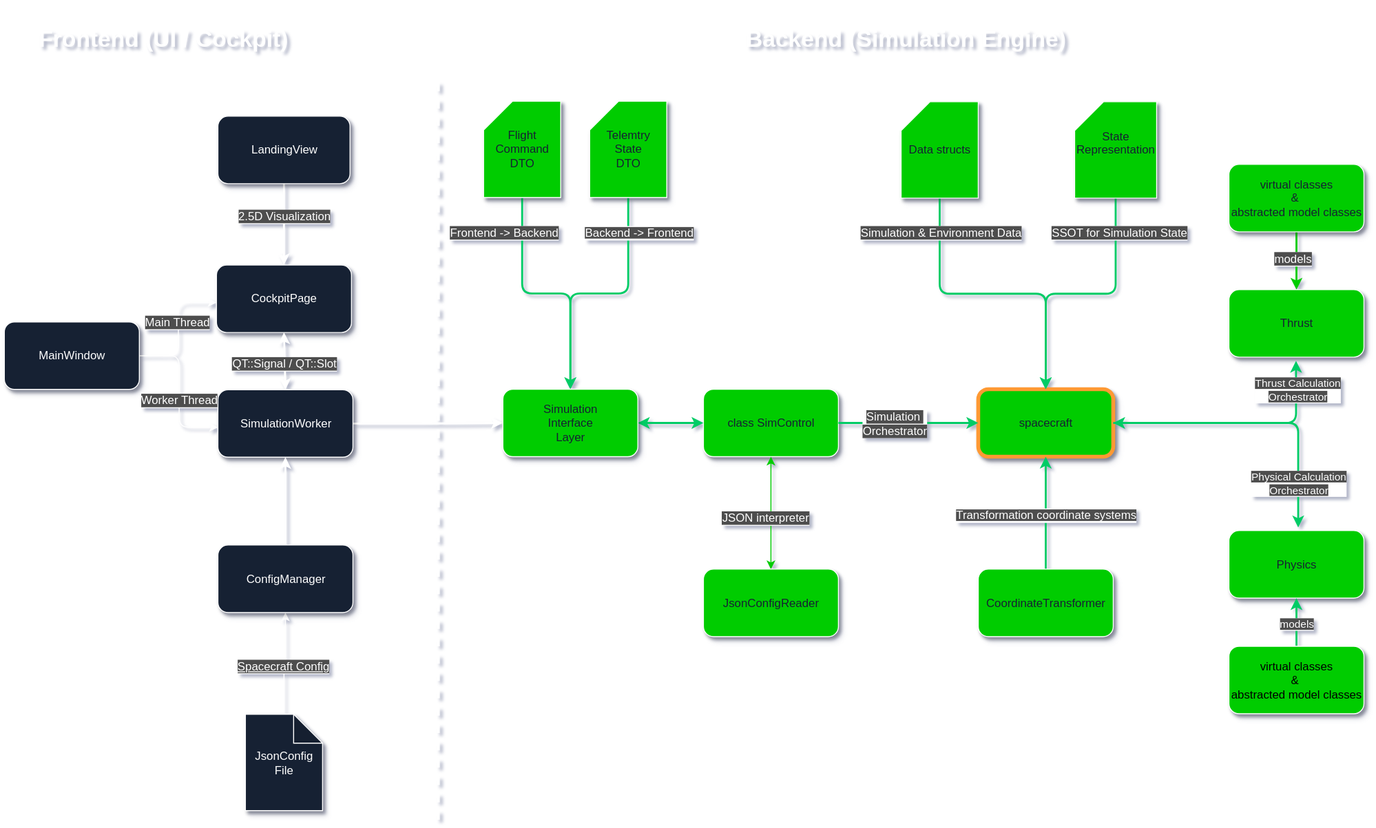
This is static/img/architecture/OverviewStructureNEW.drawio.svg from gerd-lrt-dev/aerospace-simulation, a draw.io export, as it was before one commit. Source tidied: cells renumbered, new cells last; positions are measured from the earlier drawing's top-left corner, leaving out a move shared by most shapes.
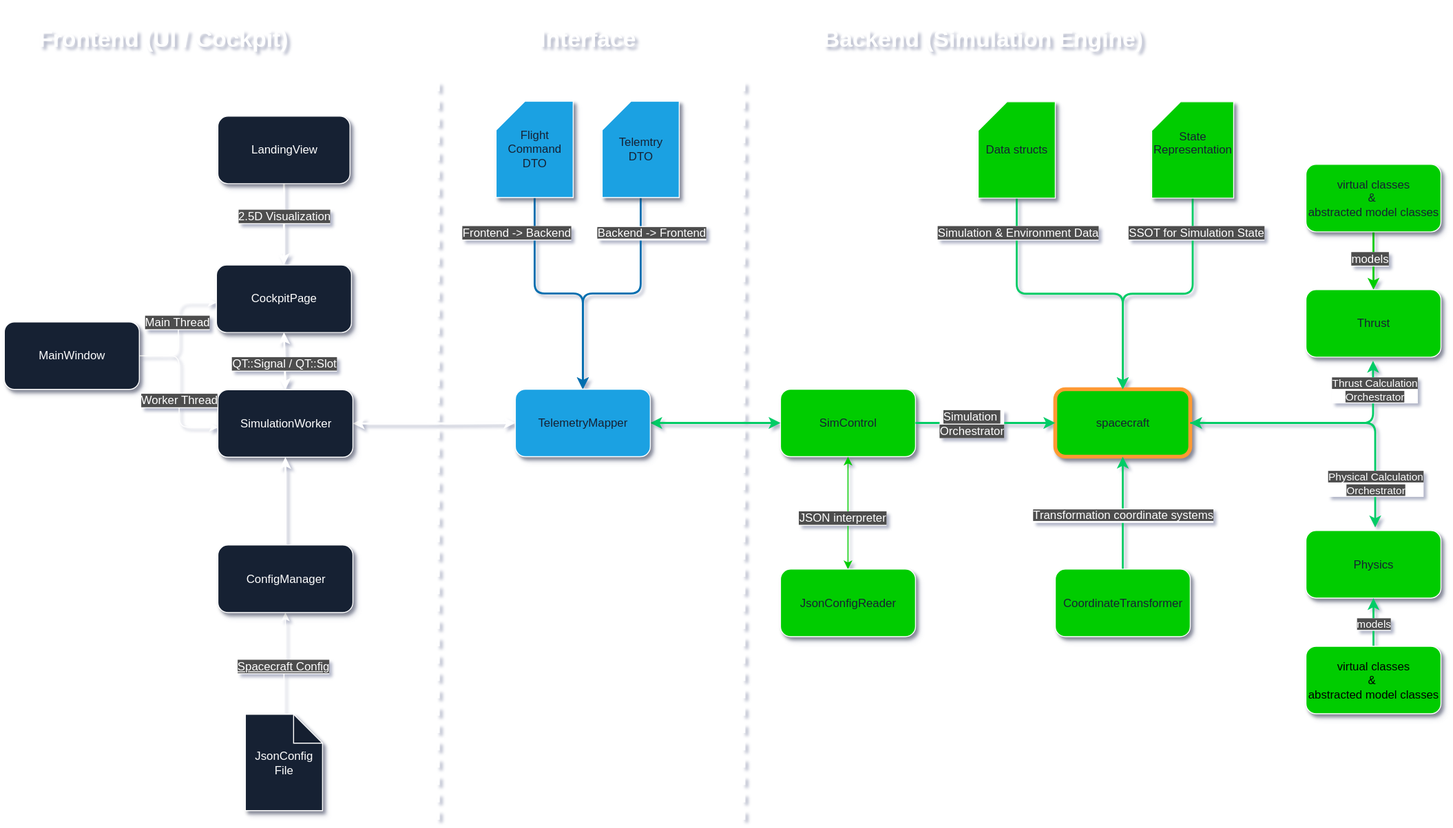
After the commit.

Change to the diagram source:
```diff
@@ -2,18 +2,18 @@
   <root>
     <mxCell id="0" />
     <mxCell id="1" parent="0" />
-    <mxCell id="2" style="edgeStyle=orthogonalEdgeStyle;rounded=1;jettySize=auto;html=1;exitX=1;exitY=0.5;exitDx=0;exitDy=0;entryX=0;entryY=0.5;entryDx=0;entryDy=0;strokeColor=#FFFFFF;strokeWidth=2;align=center;verticalAlign=middle;fontFamily=Helvetica;fontSize=11;fontColor=default;labelBackgroundColor=default;endArrow=classic;curved=0;" parent="1" edge="1" source="3" target="55">
+    <mxCell id="2" style="edgeStyle=orthogonalEdgeStyle;rounded=1;jettySize=auto;html=1;exitX=1;exitY=0.5;exitDx=0;exitDy=0;entryX=0;entryY=0.5;entryDx=0;entryDy=0;strokeColor=#FFFFFF;strokeWidth=2;align=center;verticalAlign=middle;fontFamily=Helvetica;fontSize=11;fontColor=default;labelBackgroundColor=default;endArrow=classic;curved=0;startArrow=classic;startFill=1;" parent="1" edge="1" source="3" target="55">
       <mxGeometry relative="1" as="geometry" />
     </mxCell>
     <mxCell id="3" value="&lt;font style=&quot;color: rgb(255, 255, 255);&quot;&gt;SimulationWorker&lt;/font&gt;" style="rounded=1;whiteSpace=wrap;html=1;strokeColor=#FFFFFF;fillColor=#162133;shadow=1;" parent="1" vertex="1">
-      <mxGeometry x="221.5" y="403.9" width="140" height="70" as="geometry" />
+      <mxGeometry x="141.5" y="403.9" width="140" height="70" as="geometry" />
     </mxCell>
     <mxCell id="4" value="&lt;font style=&quot;color: rgb(255, 255, 255);&quot;&gt;CockpitPage&lt;/font&gt;" style="rounded=1;whiteSpace=wrap;html=1;strokeColor=#FFFFFF;fillColor=#162133;shadow=1;" parent="1" vertex="1">
-      <mxGeometry x="220" y="274.4" width="140" height="70" as="geometry" />
+      <mxGeometry x="140" y="274.4" width="140" height="70" as="geometry" />
     </mxCell>
     <mxCell id="5" style="edgeStyle=orthogonalEdgeStyle;jettySize=auto;html=1;exitX=1;exitY=0.5;exitDx=0;exitDy=0;entryX=0;entryY=0.556;entryDx=0;entryDy=0;entryPerimeter=0;strokeColor=#FFFFFF;fillColor=#6a00ff;" parent="1" edge="1" target="4">
       <mxGeometry relative="1" as="geometry">
-        <mxPoint x="140" y="368.4" as="sourcePoint" />
+        <mxPoint x="60" y="368.4" as="sourcePoint" />
       </mxGeometry>
     </mxCell>
     <mxCell id="6" value="&lt;font style=&quot;color: rgb(255, 255, 255); background-color: rgb(77, 77, 77);&quot;&gt;Main Thread&lt;/font&gt;" style="edgeLabel;html=1;align=center;verticalAlign=middle;strokeColor=#FFFFFF;fontColor=#3333FF;fillColor=#182E3E;fontSize=12;" parent="5" vertex="1">
@@ -23,7 +23,7 @@
     </mxCell>
     <mxCell id="7" style="edgeStyle=orthogonalEdgeStyle;jettySize=auto;html=1;exitX=1;exitY=0.5;exitDx=0;exitDy=0;entryX=0;entryY=0.556;entryDx=0;entryDy=0;entryPerimeter=0;strokeColor=#FFFFFF;fillColor=#6a00ff;" parent="1" edge="1" target="3">
       <mxGeometry relative="1" as="geometry">
-        <mxPoint x="140" y="368.4" as="sourcePoint" />
+        <mxPoint x="60" y="368.4" as="sourcePoint" />
       </mxGeometry>
     </mxCell>
     <mxCell id="8" value="&lt;font style=&quot;color: rgb(255, 255, 255); background-color: rgb(77, 77, 77);&quot;&gt;Worker Thread&lt;/font&gt;" style="edgeLabel;html=1;align=center;verticalAlign=middle;strokeColor=#FFFFFF;fontColor=#0000FF;fillColor=#182E3E;fontSize=12;" parent="7" vertex="1">
@@ -41,7 +41,7 @@
     <mxCell id="12" style="edgeStyle=orthogonalEdgeStyle;orthogonalLoop=1;jettySize=auto;html=1;exitX=0.5;exitY=1;exitDx=0;exitDy=0;strokeColor=#23445D;" parent="1" edge="1" source="3" target="3">
       <mxGeometry relative="1" as="geometry" />
     </mxCell>
-    <mxCell id="13" value="&lt;font style=&quot;color: rgb(22, 33, 51);&quot;&gt;class SimControl&lt;/font&gt;" style="rounded=1;whiteSpace=wrap;html=1;strokeColor=#FFFFFF;fillColor=#00CC00;shadow=1;" parent="1" vertex="1">
+    <mxCell id="13" value="&lt;font style=&quot;color: rgb(22, 33, 51);&quot;&gt;SimControl&lt;/font&gt;" style="rounded=1;whiteSpace=wrap;html=1;strokeColor=#FFFFFF;fillColor=#00CC00;shadow=1;" parent="1" vertex="1">
       <mxGeometry x="725" y="403.3" width="140" height="70" as="geometry" />
     </mxCell>
     <mxCell id="14" style="edgeStyle=orthogonalEdgeStyle;rounded=1;jettySize=auto;html=1;exitX=0.5;exitY=0;exitDx=0;exitDy=0;entryX=0.5;entryY=1;entryDx=0;entryDy=0;curved=0;strokeColor=#00CC00;startArrow=classic;startFill=1;endArrow=none;endFill=0;strokeWidth=2;" parent="1" edge="1" source="15" target="44">
@@ -54,7 +54,7 @@
       <mxGeometry x="1010" y="403.3" width="140" height="70" as="geometry" />
     </mxCell>
     <mxCell id="17" value="&lt;font style=&quot;color: rgb(255, 255, 255);&quot;&gt;MainWindow&lt;/font&gt;" style="rounded=1;whiteSpace=wrap;html=1;strokeColor=#FFFFFF;fillColor=#162133;shadow=1;" parent="1" vertex="1">
-      <mxGeometry y="333.4" width="140" height="70" as="geometry" />
+      <mxGeometry x="-80" y="333.4" width="140" height="70" as="geometry" />
     </mxCell>
     <mxCell id="18" style="endArrow=classic;html=1;strokeColor=#00CC66;entryX=0;entryY=0.5;entryDx=0;entryDy=0;exitX=1;exitY=0.5;exitDx=0;exitDy=0;strokeWidth=2;" parent="1" edge="1" source="13" target="16">
       <mxGeometry relative="1" as="geometry" />
@@ -83,7 +83,7 @@
       </mxGeometry>
     </mxCell>
     <mxCell id="26" value="&lt;h1&gt;&lt;b&gt;&lt;font style=&quot;color: rgb(255, 255, 255);&quot;&gt;Frontend (UI / Cockpit)&lt;/font&gt;&lt;/b&gt;&lt;/h1&gt;" style="text;html=1;align=center;verticalAlign=middle;whiteSpace=wrap;rounded=0;fillColor=none;" parent="1" vertex="1">
-      <mxGeometry x="10" width="310" height="80" as="geometry" />
+      <mxGeometry x="-70" width="310" height="80" as="geometry" />
     </mxCell>
     <mxCell id="27" value="&lt;h1&gt;&lt;b&gt;&lt;font style=&quot;color: rgb(255, 255, 255);&quot;&gt;Backend (Simulation Engine)&lt;/font&gt;&lt;/b&gt;&lt;/h1&gt;" style="text;html=1;align=center;verticalAlign=middle;whiteSpace=wrap;rounded=0;fillColor=none;" parent="1" vertex="1">
       <mxGeometry x="755" width="360" height="80" as="geometry" />
@@ -95,13 +95,13 @@
       <mxGeometry x="-0.07" y="2" relative="1" as="geometry" />
     </mxCell>
     <mxCell id="30" value="&lt;font style=&quot;color: rgb(255, 255, 255);&quot;&gt;JsonConfig&lt;/font&gt;&lt;div&gt;&lt;font style=&quot;color: rgb(255, 255, 255);&quot;&gt;File&lt;/font&gt;&lt;/div&gt;" style="shape=note;whiteSpace=wrap;html=1;backgroundOutline=1;darkOpacity=0.05;strokeColor=#FFFFFF;fillColor=#162133;shadow=1;" parent="1" vertex="1">
-      <mxGeometry x="250" y="740.6" width="80" height="100" as="geometry" />
+      <mxGeometry x="170" y="740.6" width="80" height="100" as="geometry" />
     </mxCell>
     <mxCell id="31" style="edgeStyle=orthogonalEdgeStyle;rounded=0;jettySize=auto;html=1;exitX=0.5;exitY=1;exitDx=0;exitDy=0;entryX=0.5;entryY=0;entryDx=0;entryDy=0;strokeWidth=2;strokeColor=#FFFFFF;" parent="1" edge="1" source="32" target="4">
       <mxGeometry relative="1" as="geometry" />
     </mxCell>
     <mxCell id="32" value="&lt;font style=&quot;color: rgb(255, 255, 255);&quot;&gt;LandingView&lt;/font&gt;" style="rounded=1;whiteSpace=wrap;html=1;strokeColor=#FFFFFF;fillColor=#162133;shadow=1;" parent="1" vertex="1">
-      <mxGeometry x="221.5" y="120" width="137" height="70" as="geometry" />
+      <mxGeometry x="141.5" y="120" width="137" height="70" as="geometry" />
     </mxCell>
     <mxCell id="33" style="edgeStyle=orthogonalEdgeStyle;jettySize=auto;html=1;exitX=0.5;exitY=1;exitDx=0;exitDy=0;exitPerimeter=0;entryX=0.5;entryY=0;entryDx=0;entryDy=0;strokeColor=#00CC66;fillColor=#e51400;strokeWidth=2;" parent="1" edge="1" source="35" target="16">
       <mxGeometry relative="1" as="geometry" />
@@ -133,7 +133,7 @@
       <mxGeometry relative="1" as="geometry" />
     </mxCell>
     <mxCell id="42" value="&lt;font style=&quot;color: rgb(255, 255, 255);&quot;&gt;ConfigManager&lt;/font&gt;" style="rounded=1;whiteSpace=wrap;html=1;strokeColor=#FFFFFF;fillColor=#162133;shadow=1;" parent="1" vertex="1">
-      <mxGeometry x="221.5" y="565" width="140" height="70" as="geometry" />
+      <mxGeometry x="141.5" y="565" width="140" height="70" as="geometry" />
     </mxCell>
     <mxCell id="43" value="&lt;font style=&quot;color: rgb(255, 255, 255); background-color: rgb(77, 77, 77);&quot;&gt;Thrust Calculation&lt;/font&gt;&lt;div&gt;&lt;font style=&quot;color: rgb(255, 255, 255); background-color: rgb(77, 77, 77);&quot;&gt;Orchestrator&lt;/font&gt;&lt;/div&gt;" style="edgeLabel;html=1;align=center;verticalAlign=middle;" parent="1" vertex="1">
       <mxGeometry x="1340" y="403.3" as="geometry" />
@@ -147,11 +147,11 @@
       </mxGeometry>
     </mxCell>
     <mxCell id="46" value="&lt;span style=&quot;color: rgb(255, 255, 255); background-color: rgb(77, 77, 77);&quot;&gt;2.5D Visualization&lt;/span&gt;" style="edgeLabel;html=1;align=center;verticalAlign=middle;strokeColor=#FFFFFF;fontColor=#3333FF;fillColor=#182E3E;fontFamily=Helvetica;fontSize=12;labelBackgroundColor=default;gradientColor=none;" parent="1" vertex="1">
-      <mxGeometry x="263" y="290" as="geometry">
+      <mxGeometry x="183" y="290" as="geometry">
         <mxPoint x="26" y="-67" as="offset" />
       </mxGeometry>
     </mxCell>
-    <mxCell id="47" style="edgeStyle=orthogonalEdgeStyle;rounded=1;jettySize=auto;html=1;exitX=0.5;exitY=1;exitDx=0;exitDy=0;exitPerimeter=0;entryX=0.5;entryY=0;entryDx=0;entryDy=0;strokeColor=#00CC66;strokeWidth=2;align=center;verticalAlign=middle;fontFamily=Helvetica;fontSize=11;fontColor=default;labelBackgroundColor=default;endArrow=classic;" parent="1" edge="1" source="49" target="55">
+    <mxCell id="47" style="edgeStyle=orthogonalEdgeStyle;rounded=1;jettySize=auto;html=1;exitX=0.5;exitY=1;exitDx=0;exitDy=0;exitPerimeter=0;entryX=0.5;entryY=0;entryDx=0;entryDy=0;strokeColor=#006EAF;strokeWidth=2;align=center;verticalAlign=middle;fontFamily=Helvetica;fontSize=11;fontColor=default;labelBackgroundColor=default;endArrow=classic;fillColor=#1ba1e2;" parent="1" edge="1" source="49" target="55">
       <mxGeometry relative="1" as="geometry" />
     </mxCell>
     <mxCell id="48" value="&lt;font style=&quot;color: rgb(255, 255, 255); background-color: rgb(77, 77, 77); font-size: 12px;&quot;&gt;Frontend -&amp;gt; Backend&lt;/font&gt;" style="edgeLabel;html=1;align=center;verticalAlign=middle;" parent="47" vertex="1">
@@ -159,10 +159,10 @@
         <mxPoint x="-19" y="-11" as="offset" />
       </mxGeometry>
     </mxCell>
-    <mxCell id="49" value="&lt;font color=&quot;#162133&quot;&gt;Flight&lt;/font&gt;&lt;div&gt;&lt;font color=&quot;#162133&quot;&gt;Command&lt;/font&gt;&lt;/div&gt;&lt;div&gt;&lt;font color=&quot;#162133&quot;&gt;DTO&lt;/font&gt;&lt;/div&gt;" style="shape=card;whiteSpace=wrap;html=1;strokeColor=#FFFFFF;fillColor=#00CC00;shadow=1;rounded=0;align=center;verticalAlign=middle;fontFamily=Helvetica;fontSize=12;fontColor=default;" parent="1" vertex="1">
-      <mxGeometry x="497" y="104.4" width="80" height="100" as="geometry" />
+    <mxCell id="49" value="&lt;font color=&quot;#162133&quot;&gt;Flight&lt;/font&gt;&lt;div&gt;&lt;font color=&quot;#162133&quot;&gt;Command&lt;/font&gt;&lt;/div&gt;&lt;div&gt;&lt;font color=&quot;#162133&quot;&gt;DTO&lt;/font&gt;&lt;/div&gt;" style="shape=card;whiteSpace=wrap;html=1;strokeColor=#FFFFFF;fillColor=#1ba1e2;shadow=1;rounded=0;align=center;verticalAlign=middle;fontFamily=Helvetica;fontSize=12;fontColor=#ffffff;" parent="1" vertex="1">
+      <mxGeometry x="430" y="104.4" width="80" height="100" as="geometry" />
     </mxCell>
-    <mxCell id="50" style="edgeStyle=orthogonalEdgeStyle;rounded=1;jettySize=auto;html=1;exitX=0.5;exitY=1;exitDx=0;exitDy=0;exitPerimeter=0;entryX=0.5;entryY=0;entryDx=0;entryDy=0;strokeColor=#00CC66;strokeWidth=2;align=center;verticalAlign=middle;fontFamily=Helvetica;fontSize=11;fontColor=default;labelBackgroundColor=default;endArrow=classic;" parent="1" edge="1" source="52" target="55">
+    <mxCell id="50" style="edgeStyle=orthogonalEdgeStyle;rounded=1;jettySize=auto;html=1;exitX=0.5;exitY=1;exitDx=0;exitDy=0;exitPerimeter=0;entryX=0.5;entryY=0;entryDx=0;entryDy=0;strokeColor=#006EAF;strokeWidth=2;align=center;verticalAlign=middle;fontFamily=Helvetica;fontSize=11;fontColor=default;labelBackgroundColor=default;endArrow=classic;fillColor=#1ba1e2;" parent="1" edge="1" source="52" target="55">
       <mxGeometry relative="1" as="geometry" />
     </mxCell>
     <mxCell id="51" value="&lt;span style=&quot;background-color: rgb(77, 77, 77);&quot;&gt;&lt;font style=&quot;color: rgb(255, 255, 255); font-size: 12px;&quot;&gt;Backend -&amp;gt; Frontend&lt;/font&gt;&lt;/span&gt;" style="edgeLabel;html=1;align=center;verticalAlign=middle;" parent="50" vertex="1">
@@ -170,8 +170,8 @@
         <mxPoint x="9" y="-12" as="offset" />
       </mxGeometry>
     </mxCell>
-    <mxCell id="52" value="&lt;div&gt;&lt;span style=&quot;color: rgb(22, 33, 51); background-color: transparent;&quot;&gt;Telemtry&lt;/span&gt;&lt;/div&gt;&lt;div&gt;&lt;span style=&quot;color: rgb(22, 33, 51); background-color: transparent;&quot;&gt;State&lt;/span&gt;&lt;/div&gt;&lt;div&gt;&lt;font style=&quot;color: rgb(22, 33, 51);&quot;&gt;DTO&lt;/font&gt;&lt;/div&gt;" style="shape=card;whiteSpace=wrap;html=1;strokeColor=#FFFFFF;fillColor=#00CC00;shadow=1;rounded=0;align=center;verticalAlign=middle;fontFamily=Helvetica;fontSize=12;fontColor=default;" parent="1" vertex="1">
-      <mxGeometry x="607" y="104.4" width="80" height="100" as="geometry" />
+    <mxCell id="52" value="&lt;div&gt;&lt;span style=&quot;color: rgb(22, 33, 51); background-color: transparent;&quot;&gt;Telemtry&lt;/span&gt;&lt;/div&gt;&lt;div&gt;&lt;font style=&quot;color: rgb(22, 33, 51);&quot;&gt;DTO&lt;/font&gt;&lt;/div&gt;" style="shape=card;whiteSpace=wrap;html=1;strokeColor=#FFFFFF;fillColor=#1ba1e2;shadow=1;rounded=0;align=center;verticalAlign=middle;fontFamily=Helvetica;fontSize=12;fontColor=#ffffff;" parent="1" vertex="1">
+      <mxGeometry x="540" y="104.4" width="80" height="100" as="geometry" />
     </mxCell>
     <mxCell id="53" value="&lt;font style=&quot;color: rgb(255, 255, 255); background-color: rgb(77, 77, 77); font-size: 12px;&quot;&gt;JSON interpreter&lt;/font&gt;" style="edgeLabel;html=1;align=center;verticalAlign=middle;strokeColor=#FFFFFF;fontColor=#FFFFFF;fillColor=#182E3E;" parent="1" vertex="1">
       <mxGeometry x="890" y="531.4" as="geometry">
@@ -181,13 +181,13 @@
     <mxCell id="54" style="edgeStyle=orthogonalEdgeStyle;rounded=1;jettySize=auto;html=1;exitX=1;exitY=0.5;exitDx=0;exitDy=0;entryX=0;entryY=0.5;entryDx=0;entryDy=0;strokeColor=#00CC66;strokeWidth=2;align=center;verticalAlign=middle;fontFamily=Helvetica;fontSize=11;fontColor=default;labelBackgroundColor=default;endArrow=classic;startArrow=classic;startFill=1;" parent="1" edge="1" source="55" target="13">
       <mxGeometry relative="1" as="geometry" />
     </mxCell>
-    <mxCell id="55" value="&lt;font style=&quot;color: rgb(22, 33, 51);&quot;&gt;Simulation&lt;/font&gt;&lt;div&gt;&lt;font style=&quot;color: rgb(22, 33, 51);&quot;&gt;Interface&lt;/font&gt;&lt;/div&gt;&lt;div&gt;&lt;font style=&quot;color: rgb(22, 33, 51);&quot;&gt;Layer&lt;/font&gt;&lt;/div&gt;" style="rounded=1;whiteSpace=wrap;html=1;strokeColor=#FFFFFF;fillColor=#00CC00;shadow=1;align=center;verticalAlign=middle;fontFamily=Helvetica;fontSize=12;fontColor=default;" parent="1" vertex="1">
-      <mxGeometry x="517" y="403.3" width="140" height="70" as="geometry" />
+    <mxCell id="55" value="&lt;font color=&quot;#162133&quot;&gt;TelemetryMapper&lt;/font&gt;" style="rounded=1;whiteSpace=wrap;html=1;strokeColor=#FFFFFF;fillColor=#1ba1e2;shadow=1;align=center;verticalAlign=middle;fontFamily=Helvetica;fontSize=12;fontColor=#ffffff;" parent="1" vertex="1">
+      <mxGeometry x="450" y="403.3" width="140" height="70" as="geometry" />
     </mxCell>
     <mxCell id="56" style="endArrow=none;dashed=1;html=1;strokeColor=#FFFFFF;strokeWidth=3;" parent="1" edge="1">
       <mxGeometry relative="1" as="geometry">
-        <mxPoint x="450" y="850" as="sourcePoint" />
-        <mxPoint x="450" y="80" as="targetPoint" />
+        <mxPoint x="370" y="850" as="sourcePoint" />
+        <mxPoint x="370" y="80" as="targetPoint" />
       </mxGeometry>
     </mxCell>
     <mxCell id="57" style="edgeStyle=orthogonalEdgeStyle;rounded=1;jettySize=auto;html=1;exitX=0.5;exitY=0;exitDx=0;exitDy=0;entryX=0.5;entryY=1;entryDx=0;entryDy=0;strokeColor=#00CC66;strokeWidth=2;align=center;verticalAlign=middle;fontFamily=Helvetica;fontSize=11;fontColor=default;labelBackgroundColor=default;endArrow=classic;fillColor=#e51400;" parent="1" edge="1" source="59" target="16">
@@ -210,5 +210,14 @@
     <mxCell id="62" value="&lt;font style=&quot;color: rgb(22, 33, 51);&quot;&gt;State&lt;/font&gt;&lt;div&gt;&lt;font style=&quot;color: rgb(22, 33, 51);&quot;&gt;Representation&lt;/font&gt;&lt;/div&gt;&lt;div&gt;&lt;br&gt;&lt;/div&gt;" style="shape=card;whiteSpace=wrap;html=1;strokeColor=#FFFFFF;fillColor=#00CC00;shadow=1;" parent="1" vertex="1">
       <mxGeometry x="1110" y="105" width="85" height="100" as="geometry" />
     </mxCell>
+    <mxCell id="63" style="endArrow=none;dashed=1;html=1;strokeColor=#FFFFFF;strokeWidth=3;" parent="1" edge="1">
+      <mxGeometry relative="1" as="geometry">
+        <mxPoint x="687" y="850" as="sourcePoint" />
+        <mxPoint x="687" y="80" as="targetPoint" />
+      </mxGeometry>
+    </mxCell>
+    <mxCell id="64" value="&lt;h1&gt;&lt;b&gt;&lt;font style=&quot;color: rgb(255, 255, 255);&quot;&gt;Interface&lt;/font&gt;&lt;/b&gt;&lt;/h1&gt;" style="text;html=1;align=center;verticalAlign=middle;whiteSpace=wrap;rounded=0;fillColor=none;" parent="1" vertex="1">
+      <mxGeometry x="370" width="310" height="80" as="geometry" />
+    </mxCell>
   </root>
 </mxGraphModel>
```
